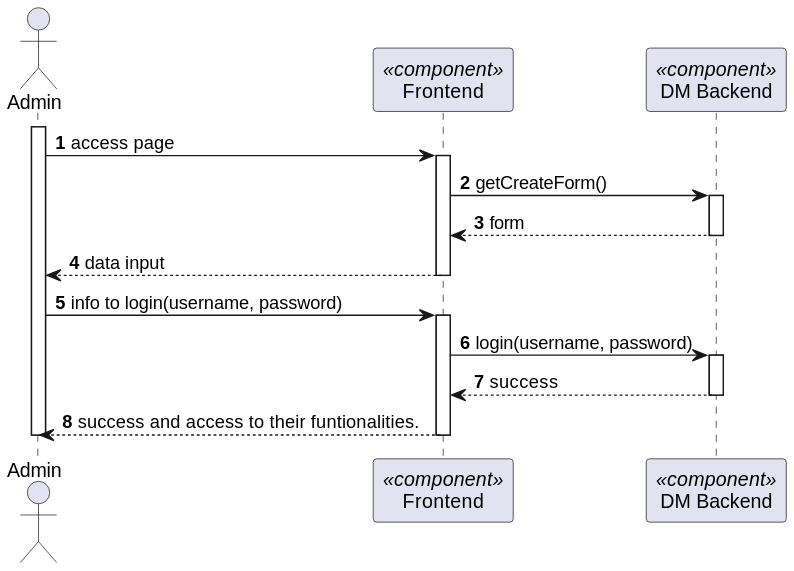
Before: docs/BackofficeModule/7.2.13/sequence-diagram-2.svg, a diagram exported from PlantUML (Ana-Miguel-Silva/SurgicalAppointmentAndResourceManagement).
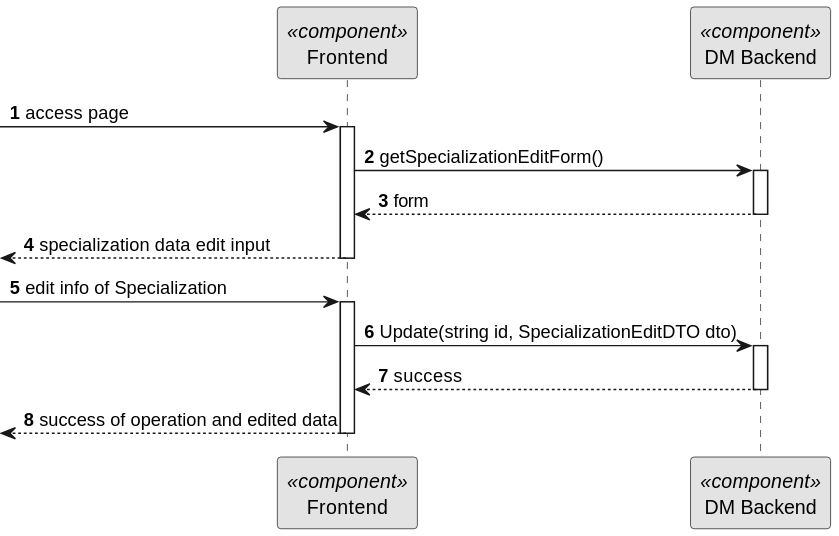
After the change.

The edit, as a diff of the source:
```diff
@@ -1,31 +1,29 @@
 @startuml
+skinparam monochrome true
 skinparam packageStyle rectangle
 skinparam shadowing false
 
 autonumber
 
-actor "Admin" as AD
 participant "Frontend" as FE <<component>>
 participant "DM Backend" as BE <<component>>
 
 
 
-activate AD
-AD -> FE: access page
+-> FE: access page
 activate FE
-FE -> BE: getCreateForm()
+FE -> BE: getSpecializationEditForm()
 activate BE
 BE --> FE: form
 deactivate BE
-FE --> AD : data input
+<--FE : specialization data edit input
 deactivate FE
-AD -> FE : info to login(username, password)
+ -> FE : edit info of Specialization
 activate FE
-FE -> BE : login(username, password)
+FE -> BE : Update(string id, SpecializationEditDTO dto)
 activate BE
 BE --> FE: success
 deactivate BE
-FE --> AD : success and access to their funtionalities.
+<--FE : success of operation and edited data
 deactivate FE
-deactivate AD
 @enduml
```
